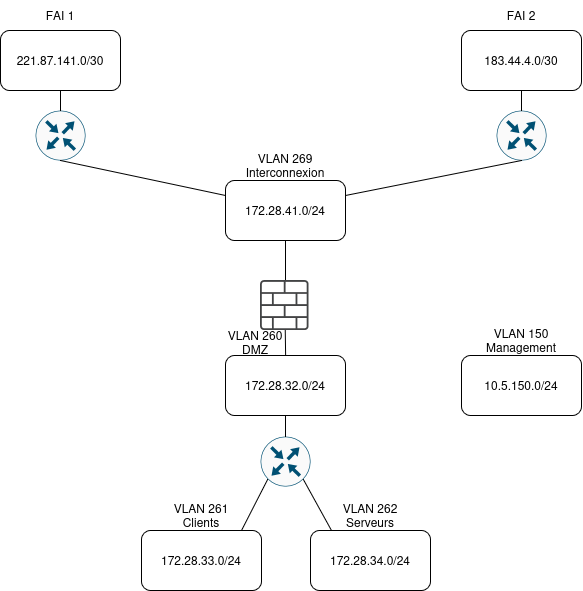
This is docs/assets/infra.drawio.png from DSISportLudique/SportLudique2Doc, a draw.io export, as it was before one commit. Source tidied: cells renumbered, new cells last; positions are measured from the earlier drawing's top-left corner, leaving out a move shared by most shapes.
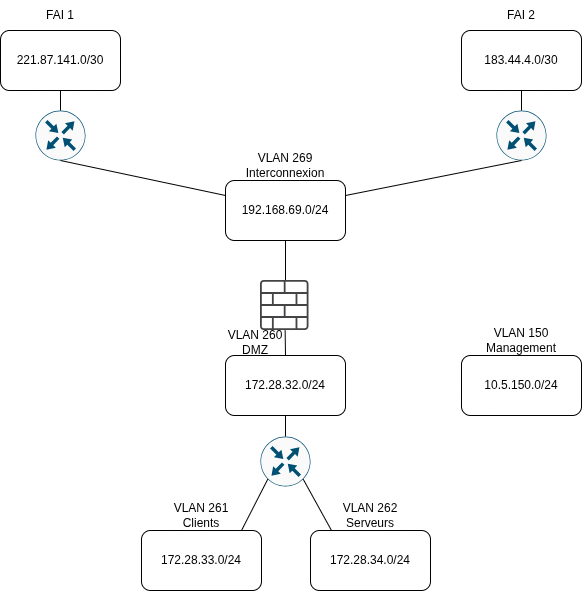
The same file after the commit.

Diff of the diagram source:
```diff
@@ -8,7 +8,7 @@
     <mxCell id="3" value="183.44.4.0/30" style="rounded=1;whiteSpace=wrap;html=1;" parent="1" vertex="1">
       <mxGeometry x="461" y="30" width="120" height="60" as="geometry" />
     </mxCell>
-    <mxCell id="4" value="172.28.41.0/24" style="rounded=1;whiteSpace=wrap;html=1;" parent="1" vertex="1">
+    <mxCell id="4" value="192.168.69.0/24" style="rounded=1;whiteSpace=wrap;html=1;" parent="1" vertex="1">
       <mxGeometry x="225" y="180" width="120" height="60" as="geometry" />
     </mxCell>
     <mxCell id="5" style="sketch=0;points=[[0.5,0,0],[1,0.5,0],[0.5,1,0],[0,0.5,0],[0.145,0.145,0],[0.8555,0.145,0],[0.855,0.8555,0],[0.145,0.855,0]];verticalLabelPosition=bottom;html=1;verticalAlign=top;align=center;shape=mxgraph.cisco19.rect;prIcon=router;fillColor=#FAFAFA;strokeColor=#005073;" parent="1" vertex="1">
```
